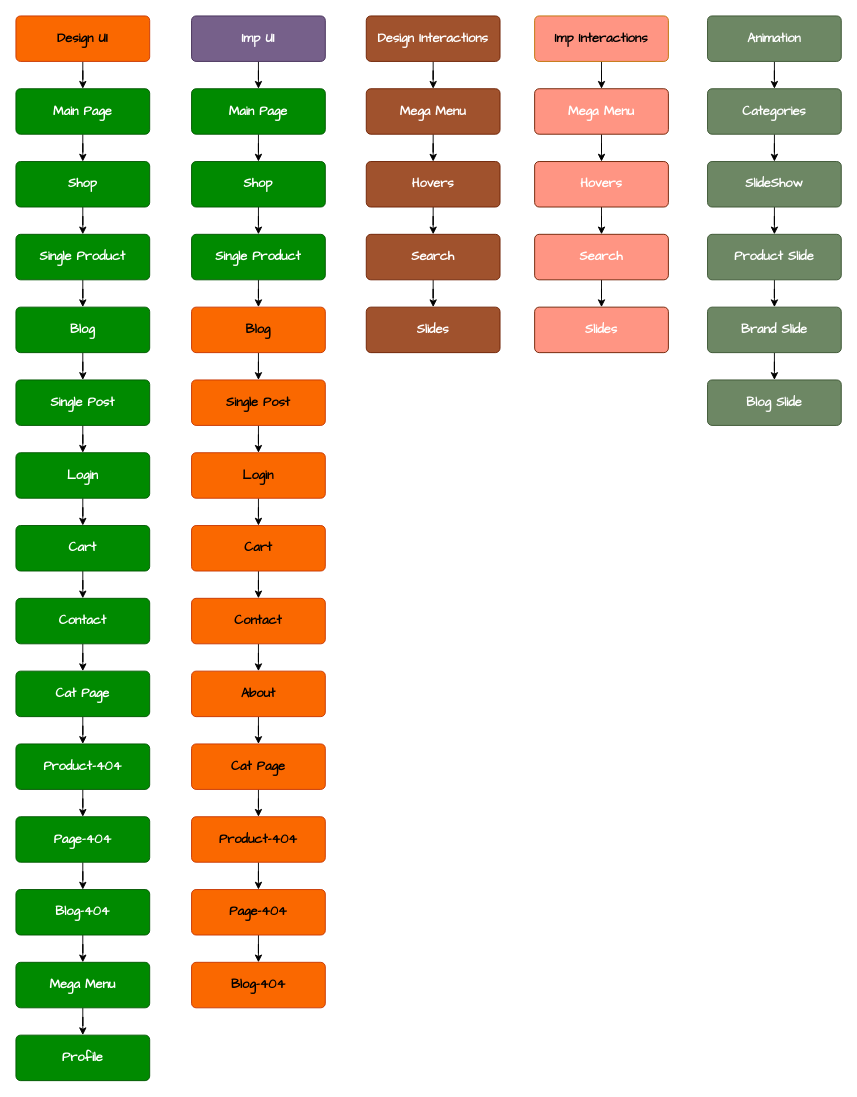
Before: JSProject.drawio in monfaredpersonal/Development, a draw.io diagram. Source tidied: cells renumbered, new cells numbered last; positions are measured from the earlier drawing's top-left corner, leaving out a move shared by most shapes. Both pictures are drawn from the tidied source at 91%, with x=0, y=0 at pixel (15, 15).
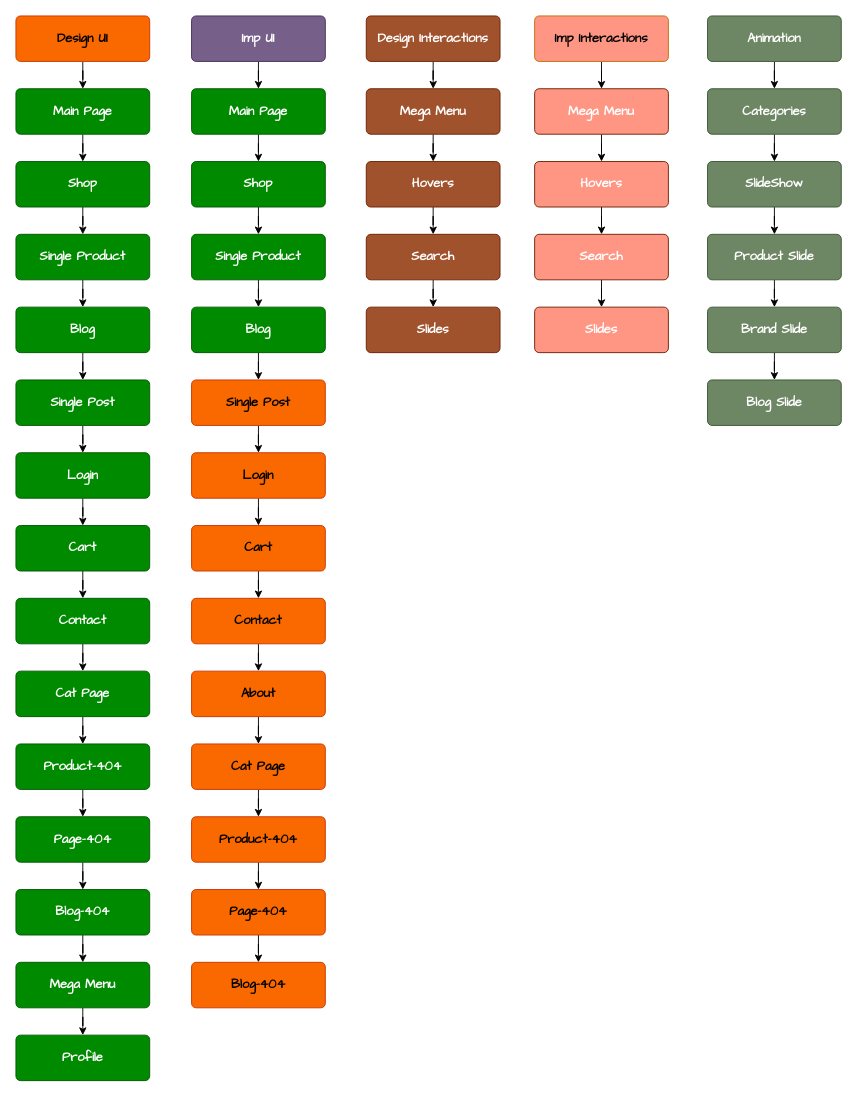
After the change.

What changed in the source:
```diff
@@
-    <mxCell id="43" value="&lt;div style=&quot;forced-color-adjust: none;&quot;&gt;Blog&lt;/div&gt;" style="html=1;shadow=0;dashed=0;shape=mxgraph.bootstrap.rrect;rSize=5;strokeColor=#C73500;strokeWidth=1;fillColor=#fa6800;fontColor=#000000;whiteSpace=wrap;align=center;verticalAlign=middle;spacingLeft=0;fontStyle=1;fontSize=14;spacing=5;rounded=1;glass=0;fillStyle=auto;fontFamily=Comic Sans MS;horizontal=1;textDirection=rtl;points=[];" parent="1" vertex="1">
+    <mxCell id="43" value="&lt;div style=&quot;forced-color-adjust: none;&quot;&gt;Blog&lt;/div&gt;" style="html=1;shadow=0;dashed=0;shape=mxgraph.bootstrap.rrect;rSize=5;strokeColor=#005700;strokeWidth=1;fillColor=#008a00;fontColor=#ffffff;whiteSpace=wrap;align=center;verticalAlign=middle;spacingLeft=0;fontStyle=1;fontSize=14;spacing=5;rounded=1;glass=0;fillStyle=auto;fontFamily=Comic Sans MS;horizontal=1;textDirection=rtl;points=[];" parent="1" vertex="1">
       <mxGeometry x="193" y="320" width="147" height="50" as="geometry" />
     </mxCell>
```
